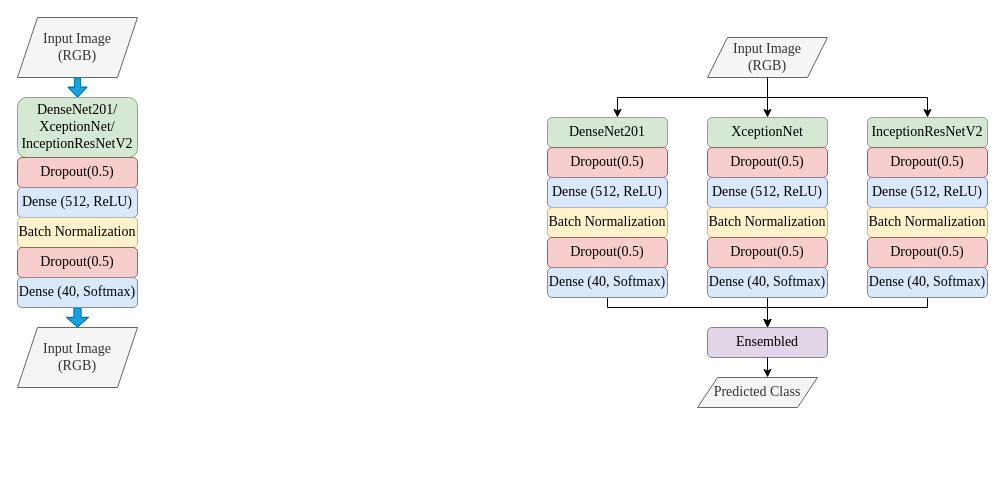
Above: Monuwar1.drawio in AbduzZami/DrawIO (draw.io), before the change. Source tidied: cells renumbered, new cells numbered last; positions are measured from the earlier drawing's top-left corner, leaving out a move shared by most shapes. Both pictures are drawn from the tidied source at 100%, with x=0, y=0 at pixel (17, 17).
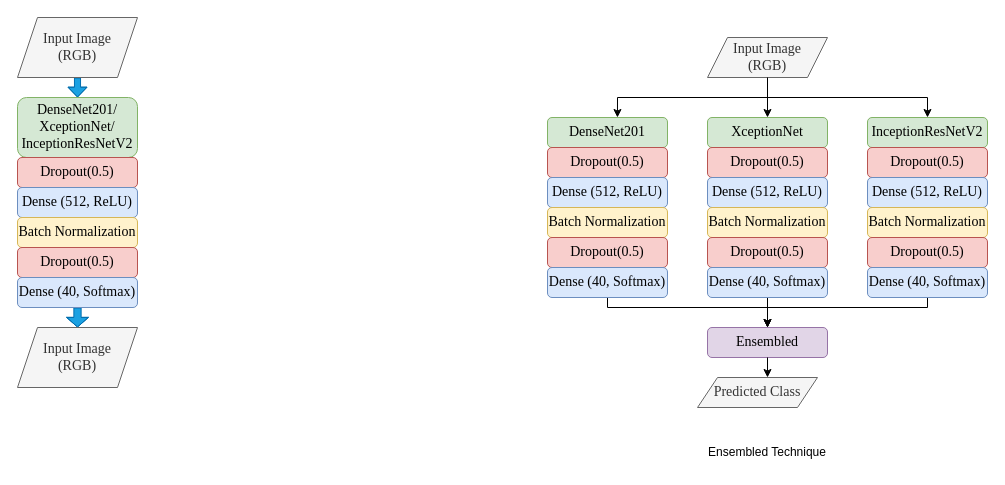
Above is the later version.

The edit, as a diff of the source:
```diff
@@
+    <mxCell id="40" value="Ensembled Technique" style="text;html=1;whiteSpace=wrap;strokeColor=none;fillColor=none;align=center;verticalAlign=middle;rounded=0;" parent="1" vertex="1">
+      <mxGeometry x="675" y="420" width="150" height="30" as="geometry" />
+    </mxCell>
```
